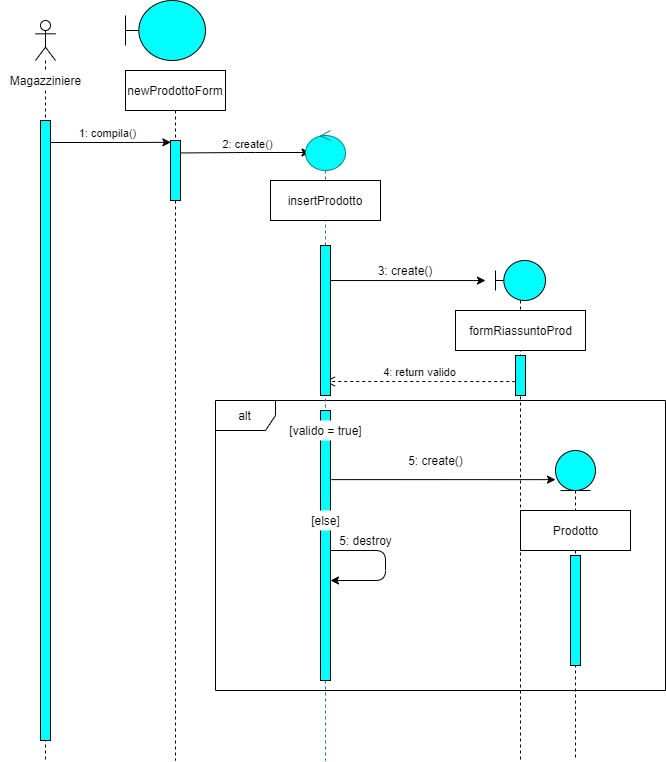
Before: Object&SequenceDiagram/SD_6.png, a diagram exported from draw.io (Ciro-Fusco/NewDM). Source tidied: cells renumbered, new cells last; positions are measured from the earlier drawing's top-left corner, leaving out a move shared by most shapes.
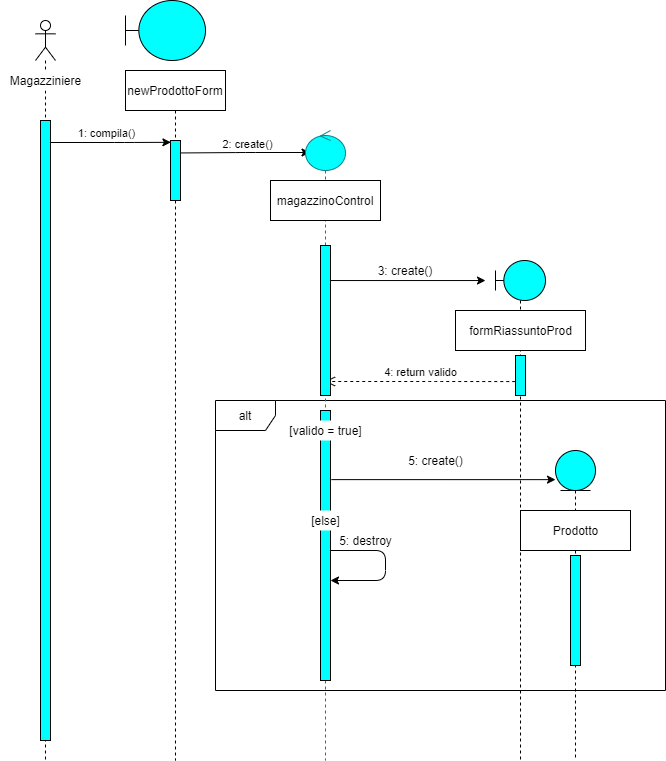
Later version of the same file.

Change to the diagram source:
```diff
@@ -106,7 +106,7 @@
     <mxCell id="28" value="[else]" style="text;html=1;align=center;verticalAlign=middle;fillColor=#FFFFFF;" parent="1" vertex="1">
       <mxGeometry x="305" y="510" width="40" height="20" as="geometry" />
     </mxCell>
-    <mxCell id="29" value="insertProdotto" style="rounded=0;whiteSpace=wrap;html=1;align=center;fillColor=#FFFFFF;" parent="1" vertex="1">
+    <mxCell id="29" value="magazzinoControl" style="rounded=0;whiteSpace=wrap;html=1;align=center;fillColor=#FFFFFF;" parent="1" vertex="1">
       <mxGeometry x="270" y="180" width="110" height="40" as="geometry" />
     </mxCell>
   </root>
```
